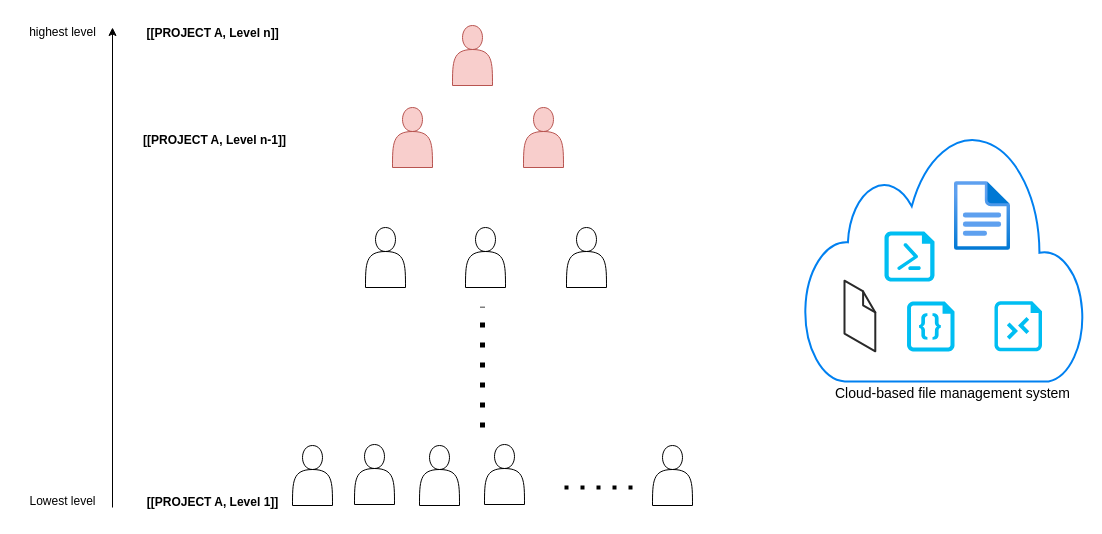
Earlier version of the draw.io diagram Levelled-ABE.drawio (huyle84/diagrams). Source tidied: cells renumbered, new cells numbered last; positions are measured from the earlier drawing's top-left corner, leaving out a move shared by most shapes. Both pictures are drawn from the tidied source at 100%, with x=0, y=0 at pixel (17, 17).
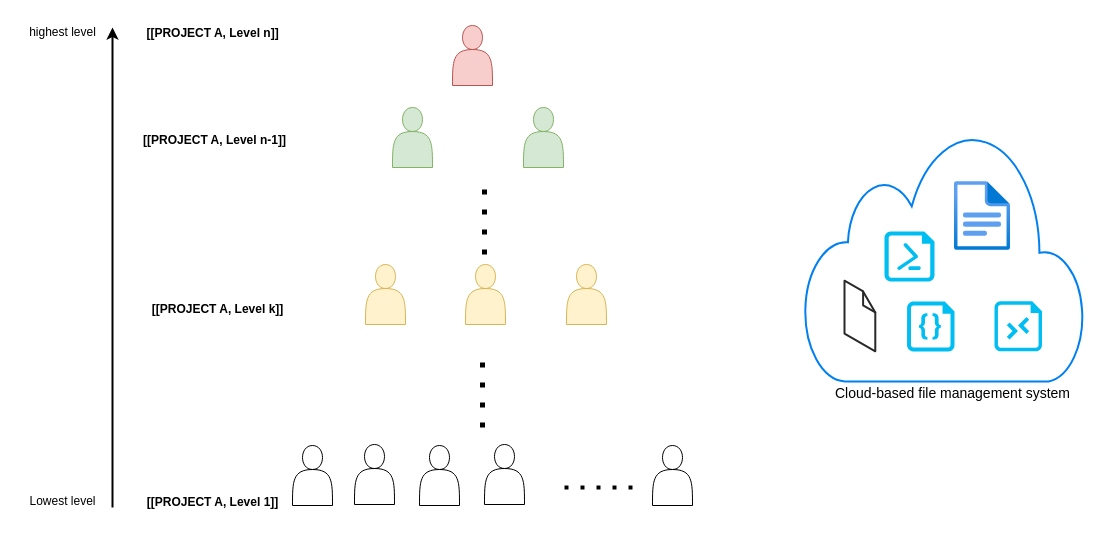
The same diagram, later.

What changed in the source:
```diff
@@
-    <mxCell id="3" style="shape=actor;whiteSpace=wrap;html=1;" parent="1" vertex="1">
-      <mxGeometry x="549" y="210" width="40" height="60" as="geometry" />
+    <mxCell id="3" style="shape=actor;whiteSpace=wrap;html=1;fillColor=#fff2cc;strokeColor=#d6b656;" parent="1" vertex="1">
+      <mxGeometry x="549" y="247" width="40" height="60" as="geometry" />
     </mxCell>
-    <mxCell id="4" style="shape=actor;whiteSpace=wrap;html=1;" parent="1" vertex="1">
-      <mxGeometry x="348" y="210" width="40" height="60" as="geometry" />
+    <mxCell id="4" style="shape=actor;whiteSpace=wrap;html=1;fillColor=#fff2cc;strokeColor=#d6b656;" parent="1" vertex="1">
+      <mxGeometry x="348" y="247" width="40" height="60" as="geometry" />
     </mxCell>
-    <mxCell id="5" style="shape=actor;whiteSpace=wrap;html=1;" parent="1" vertex="1">
-      <mxGeometry x="448" y="210" width="40" height="60" as="geometry" />
+    <mxCell id="5" style="shape=actor;whiteSpace=wrap;html=1;fillColor=#fff2cc;strokeColor=#d6b656;" parent="1" vertex="1">
+      <mxGeometry x="448" y="247" width="40" height="60" as="geometry" />
     </mxCell>
@@
-    <mxCell id="16" style="shape=actor;whiteSpace=wrap;html=1;fillColor=#f8cecc;strokeColor=#b85450;" parent="1" vertex="1">
+    <mxCell id="16" style="shape=actor;whiteSpace=wrap;html=1;fillColor=#d5e8d4;strokeColor=#82b366;" parent="1" vertex="1">
       <mxGeometry x="506" y="90" width="40" height="60" as="geometry" />
     </mxCell>
-    <mxCell id="17" style="shape=actor;whiteSpace=wrap;html=1;fillColor=#f8cecc;strokeColor=#b85450;" parent="1" vertex="1">
+    <mxCell id="17" style="shape=actor;whiteSpace=wrap;html=1;fillColor=#d5e8d4;strokeColor=#82b366;" parent="1" vertex="1">
       <mxGeometry x="375" y="90" width="40" height="60" as="geometry" />
     </mxCell>
@@
-    <mxCell id="20" style="endArrow=classic;html=1;rounded=0;" parent="1" edge="1">
+    <mxCell id="20" style="endArrow=classic;html=1;rounded=0;strokeWidth=2;" parent="1" edge="1">
       <mxGeometry relative="1" as="geometry">
         <mxPoint x="95" y="490" as="sourcePoint" />
         <mxPoint x="95" y="10" as="targetPoint" />
       </mxGeometry>
     </mxCell>
@@
     <mxCell id="25" style="endArrow=none;dashed=1;html=1;dashPattern=1 3;strokeWidth=5;rounded=0;" parent="1" edge="1">
       <mxGeometry relative="1" as="geometry">
         <mxPoint x="465" y="410" as="sourcePoint" />
-        <mxPoint x="465" y="289.2" as="targetPoint" />
+        <mxPoint x="465" y="340" as="targetPoint" />
       </mxGeometry>
     </mxCell>
@@
+    <mxCell id="28" value="[[PROJECT A, Level k]]" style="text;html=1;align=center;verticalAlign=middle;strokeColor=none;fillColor=none;fontStyle=1;" parent="1" vertex="1">
+      <mxGeometry x="125" y="277" width="150" height="30" as="geometry" />
+    </mxCell>
+    <mxCell id="29" style="endArrow=none;dashed=1;html=1;dashPattern=1 3;strokeWidth=5;rounded=0;" parent="1" edge="1">
+      <mxGeometry relative="1" as="geometry">
+        <mxPoint x="467" y="237" as="sourcePoint" />
+        <mxPoint x="467" y="167" as="targetPoint" />
+      </mxGeometry>
+    </mxCell>
```
